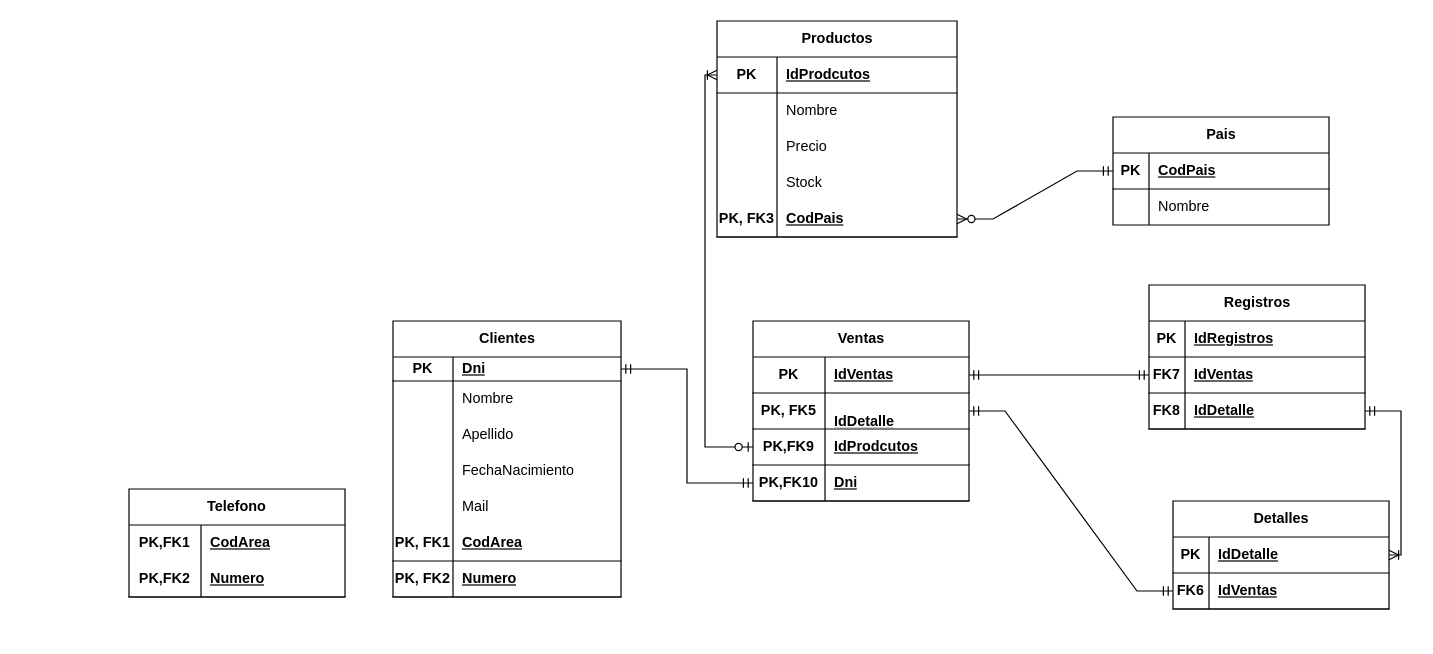
The draw.io diagram page "DER" (2 of 2) of tp-sql-facturas.drawio in lucasmoix/bd2-tp-sql-facturas, before the edit. Source tidied: cells renumbered, new cells numbered last; positions are measured from the earlier drawing's top-left corner, leaving out a move shared by most shapes. Both pictures are drawn from the tidied source at 120%, with x=0, y=0 at pixel (128, 20).
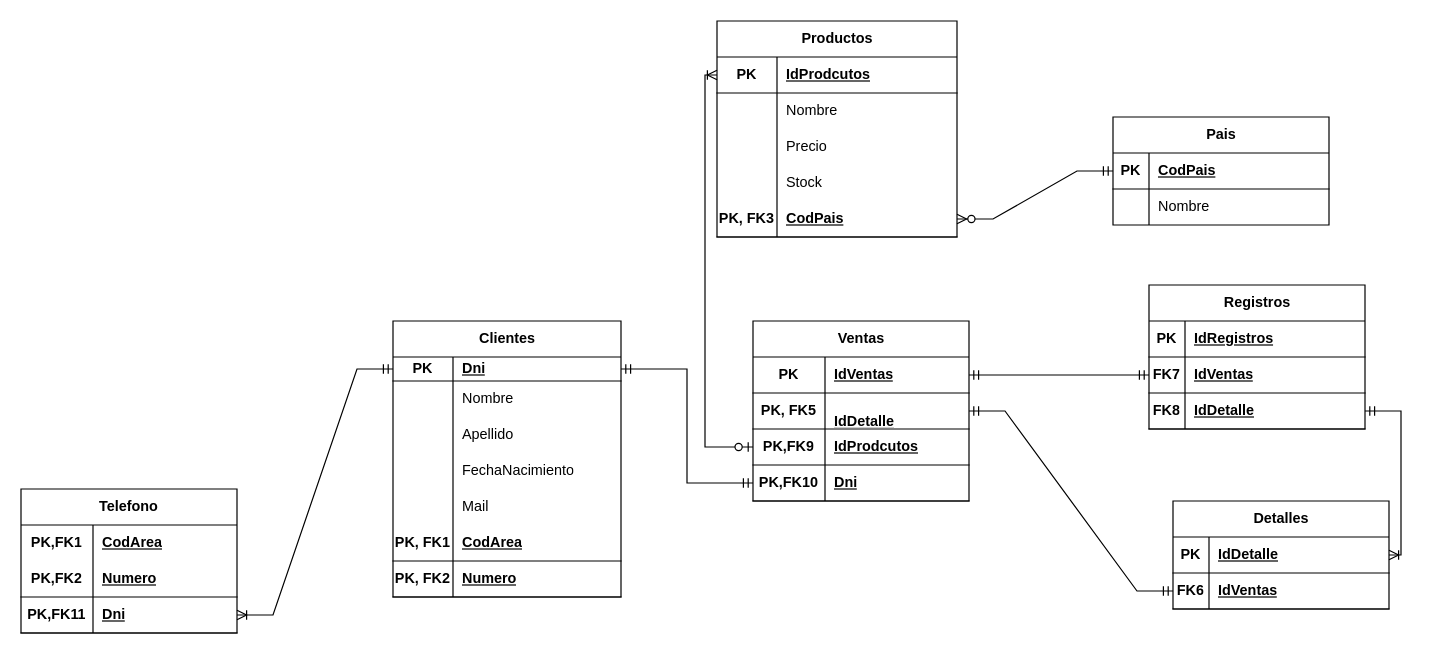
Above is the later version.

The change refers to these unchanged cells:
```xml
<mxCell id="19" style="shape=tableRow;horizontal=0;startSize=0;swimlaneHead=0;swimlaneBody=0;fillColor=none;points=[[0,0.5],[1,0.5]];portConstraint=eastwest;top=0;left=0;right=0;bottom=1;" parent="18" vertex="1">
  <mxGeometry y="30" width="190" height="20" as="geometry" />
</mxCell>
```

Diff of the diagram source:
```diff
@@
     <mxCell id="40" value="Telefono" style="shape=table;startSize=30;childLayout=tableLayout;rowLines=0;fontStyle=1;align=center;html=1;whiteSpace=wrap;" parent="1" vertex="1">
-      <mxGeometry y="390" width="180" height="90" as="geometry" />
+      <mxGeometry x="-90" y="390" width="180" height="120" as="geometry" />
     </mxCell>
@@
+    <mxCell id="90" style="shape=tableRow;horizontal=0;startSize=0;swimlaneHead=0;swimlaneBody=0;fillColor=none;points=[[0,0.5],[1,0.5]];portConstraint=eastwest;top=0;left=0;right=0;bottom=1;html=1;" parent="40" vertex="1">
+      <mxGeometry y="90" width="180" height="30" as="geometry" />
+    </mxCell>
+    <mxCell id="91" value="PK,FK11" style="shape=partialRectangle;fillColor=none;top=0;left=0;bottom=0;right=0;fontStyle=1;overflow=hidden;html=1;whiteSpace=wrap;" parent="90" vertex="1">
+      <mxGeometry width="60" height="30" as="geometry" />
+    </mxCell>
+    <mxCell id="92" value="Dni" style="shape=partialRectangle;fillColor=none;top=0;left=0;bottom=0;right=0;align=left;spacingLeft=6;fontStyle=5;overflow=hidden;html=1;whiteSpace=wrap;" parent="90" vertex="1">
+      <mxGeometry x="60" width="120" height="30" as="geometry" />
+    </mxCell>
@@
+    <mxCell id="93" style="edgeStyle=entityRelationEdgeStyle;fontSize=12;html=1;endArrow=ERoneToMany;startArrow=ERmandOne;rounded=0;entryX=1;entryY=0.5;entryDx=0;entryDy=0;exitX=0;exitY=0.5;exitDx=0;exitDy=0;" parent="1" edge="1" source="19" target="90">
+      <mxGeometry relative="1" as="geometry" />
+    </mxCell>
```
